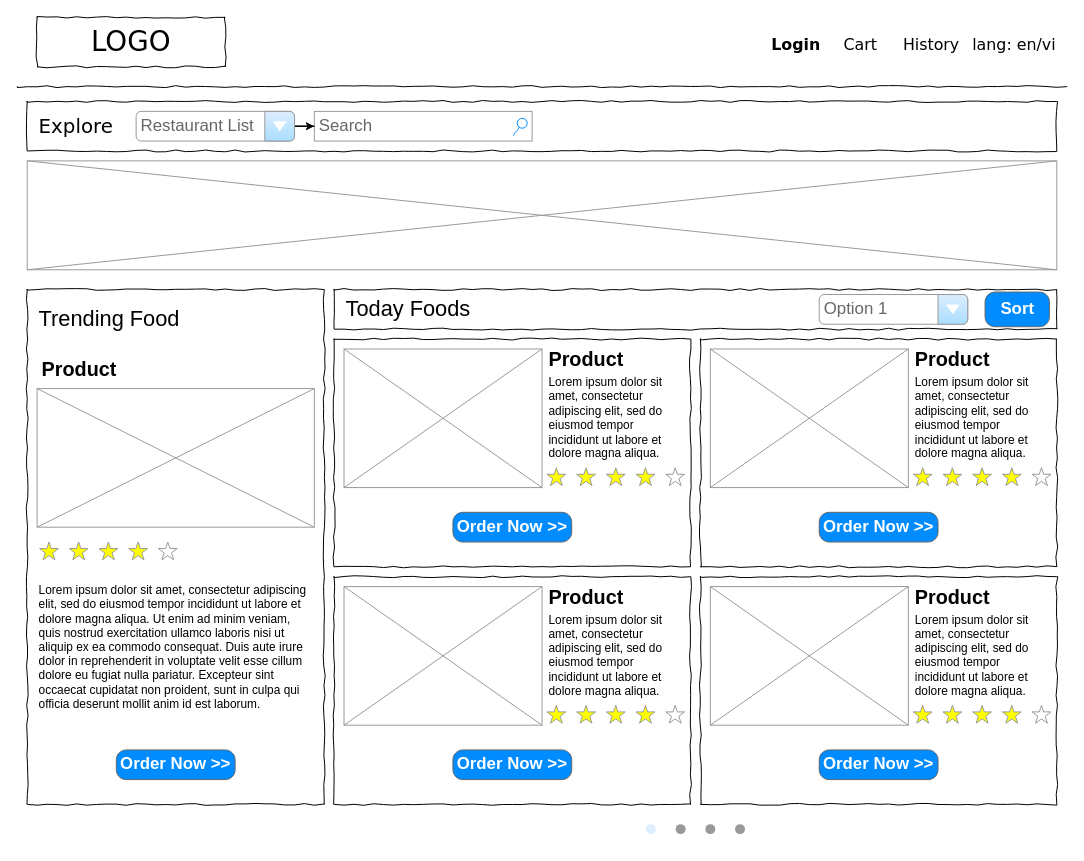
Above: Untitled Diagram.drawio in ninh-the-composer/SWE102 (draw.io), before the change. Source tidied: cells renumbered, new cells numbered last; positions are measured from the earlier drawing's top-left corner, leaving out a move shared by most shapes. Both pictures are drawn from the tidied source at 99%, with x=0, y=0 at pixel (17, 17).
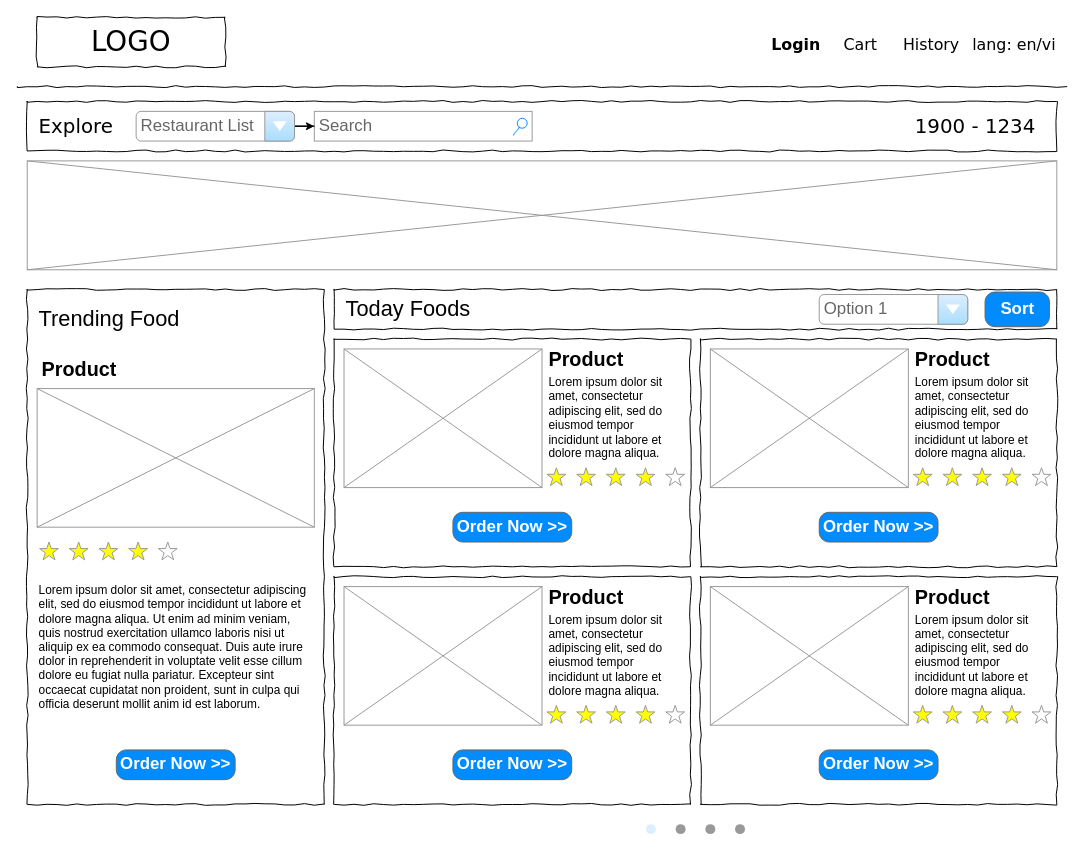
After the change.

Commit message:
add phone number on navigation bar

Diff of the diagram source:
```diff
@@
+    <mxCell id="50" value="&lt;font style=&quot;font-size: 20px&quot;&gt;1900 - 1234&lt;/font&gt;" style="text;html=1;align=left;verticalAlign=top;spacingTop=-4;fontSize=16;fontFamily=Verdana;" parent="1" vertex="1">
+      <mxGeometry x="905" y="95" width="130" height="20" as="geometry" />
+    </mxCell>
```
